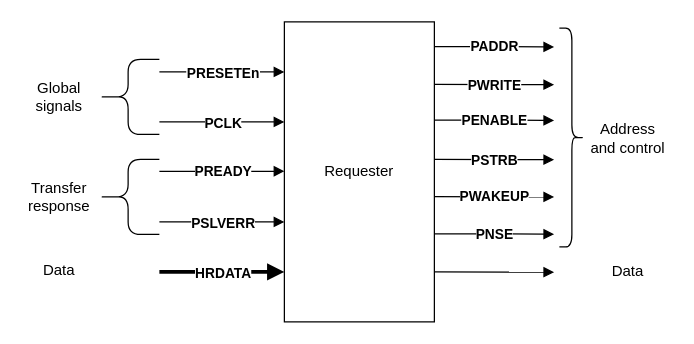
Above: img/post/apb/主机接口框图.dio in ICJJ/icjj.github.io (draw.io), before the change. Source tidied: cells renumbered, new cells numbered last; positions are measured from the earlier drawing's top-left corner, leaving out a move shared by most shapes. Both pictures are drawn from the tidied source at 125%, with x=0, y=0 at pixel (21, 21).
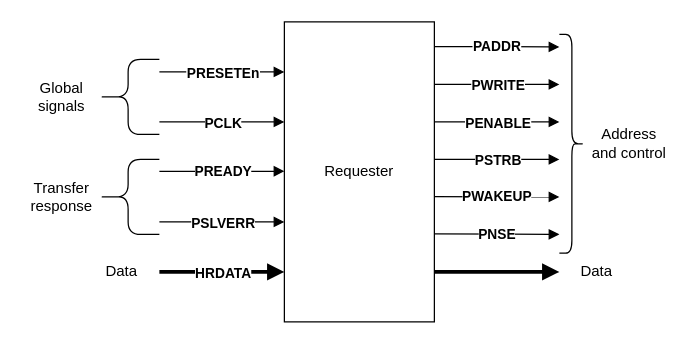
The same diagram, later.

What changed in the source:
```diff
@@
     <mxCell id="15" value="Global&lt;br&gt;signals" style="text;html=1;strokeColor=none;fillColor=none;align=center;verticalAlign=middle;whiteSpace=wrap;rounded=0;" parent="1" vertex="1">
-      <mxGeometry y="45" width="60" height="30" as="geometry" />
+      <mxGeometry x="2" y="45" width="60" height="30" as="geometry" />
     </mxCell>
@@
     <mxCell id="17" value="Transfer&lt;br&gt;response" style="text;html=1;strokeColor=none;fillColor=none;align=center;verticalAlign=middle;whiteSpace=wrap;rounded=0;" parent="1" vertex="1">
-      <mxGeometry y="125" width="60" height="30" as="geometry" />
+      <mxGeometry x="2" y="125" width="60" height="30" as="geometry" />
     </mxCell>
     <mxCell id="18" value="Data" style="text;html=1;strokeColor=none;fillColor=none;align=center;verticalAlign=middle;whiteSpace=wrap;rounded=0;" parent="1" vertex="1">
-      <mxGeometry y="184" width="60" height="30" as="geometry" />
+      <mxGeometry x="50" y="185" width="60" height="30" as="geometry" />
     </mxCell>
     <mxCell id="19" style="endArrow=block;html=1;rounded=0;exitX=1.035;exitY=0.082;exitDx=0;exitDy=0;exitPerimeter=0;endFill=1;" parent="1" edge="1">
       <mxGeometry relative="1" as="geometry">
         <mxPoint x="330" y="19.7" as="sourcePoint" />
-        <mxPoint x="425.8" y="20" as="targetPoint" />
+        <mxPoint x="430" y="20" as="targetPoint" />
       </mxGeometry>
     </mxCell>
@@
     <mxCell id="21" style="endArrow=block;html=1;rounded=0;exitX=1.035;exitY=0.082;exitDx=0;exitDy=0;exitPerimeter=0;endFill=1;" parent="1" edge="1">
       <mxGeometry relative="1" as="geometry">
         <mxPoint x="330" y="50" as="sourcePoint" />
-        <mxPoint x="425.8" y="50.3" as="targetPoint" />
+        <mxPoint x="430" y="50" as="targetPoint" />
       </mxGeometry>
     </mxCell>
@@
     <mxCell id="23" style="endArrow=block;html=1;rounded=0;exitX=1.035;exitY=0.082;exitDx=0;exitDy=0;exitPerimeter=0;endFill=1;" parent="1" edge="1">
       <mxGeometry relative="1" as="geometry">
         <mxPoint x="330" y="169.5" as="sourcePoint" />
-        <mxPoint x="425.8" y="169.8" as="targetPoint" />
+        <mxPoint x="430" y="170" as="targetPoint" />
       </mxGeometry>
     </mxCell>
@@
     <mxCell id="25" style="endArrow=block;html=1;rounded=0;exitX=1.035;exitY=0.082;exitDx=0;exitDy=0;exitPerimeter=0;endFill=1;" parent="1" edge="1">
       <mxGeometry relative="1" as="geometry">
-        <mxPoint x="330" y="78.5" as="sourcePoint" />
-        <mxPoint x="425.8" y="78.8" as="targetPoint" />
+        <mxPoint x="330" y="80" as="sourcePoint" />
+        <mxPoint x="430" y="80" as="targetPoint" />
       </mxGeometry>
     </mxCell>
@@
     <mxCell id="27" style="endArrow=block;html=1;rounded=0;exitX=1.035;exitY=0.082;exitDx=0;exitDy=0;exitPerimeter=0;endFill=1;" parent="1" edge="1">
       <mxGeometry relative="1" as="geometry">
         <mxPoint x="330" y="110" as="sourcePoint" />
-        <mxPoint x="425.8" y="110.3" as="targetPoint" />
+        <mxPoint x="430" y="110" as="targetPoint" />
       </mxGeometry>
     </mxCell>
@@
     <mxCell id="29" style="endArrow=block;html=1;rounded=0;exitX=1.035;exitY=0.082;exitDx=0;exitDy=0;exitPerimeter=0;endFill=1;" parent="1" edge="1">
       <mxGeometry relative="1" as="geometry">
         <mxPoint x="330" y="139.8" as="sourcePoint" />
-        <mxPoint x="425.8" y="140.1" as="targetPoint" />
+        <mxPoint x="430" y="140" as="targetPoint" />
       </mxGeometry>
     </mxCell>
@@
-    <mxCell id="31" style="endArrow=block;html=1;rounded=0;exitX=1.035;exitY=0.082;exitDx=0;exitDy=0;exitPerimeter=0;endFill=1;" parent="1" edge="1">
+    <mxCell id="31" style="endArrow=block;html=1;rounded=0;exitX=1.035;exitY=0.082;exitDx=0;exitDy=0;exitPerimeter=0;endFill=1;strokeWidth=3;" parent="1" edge="1">
       <mxGeometry relative="1" as="geometry">
         <mxPoint x="330" y="200" as="sourcePoint" />
-        <mxPoint x="425.8" y="200.3" as="targetPoint" />
+        <mxPoint x="430" y="200" as="targetPoint" />
       </mxGeometry>
     </mxCell>
     <mxCell id="32" style="shape=curlyBracket;whiteSpace=wrap;html=1;rounded=1;flipH=1;labelPosition=right;verticalLabelPosition=middle;align=left;verticalAlign=middle;" parent="1" vertex="1">
-      <mxGeometry x="430" y="5" width="20" height="175" as="geometry" />
+      <mxGeometry x="430" y="10" width="20" height="175" as="geometry" />
     </mxCell>
     <mxCell id="33" value="Address &lt;br&gt;and control" style="text;html=1;strokeColor=none;fillColor=none;align=center;verticalAlign=middle;whiteSpace=wrap;rounded=0;" parent="1" vertex="1">
-      <mxGeometry x="450" y="77.5" width="70" height="30" as="geometry" />
+      <mxGeometry x="451" y="82" width="70" height="30" as="geometry" />
     </mxCell>
     <mxCell id="34" value="Data" style="text;html=1;strokeColor=none;fillColor=none;align=center;verticalAlign=middle;whiteSpace=wrap;rounded=0;" parent="1" vertex="1">
-      <mxGeometry x="455" y="185" width="60" height="30" as="geometry" />
+      <mxGeometry x="430" y="185" width="60" height="30" as="geometry" />
     </mxCell>
```
